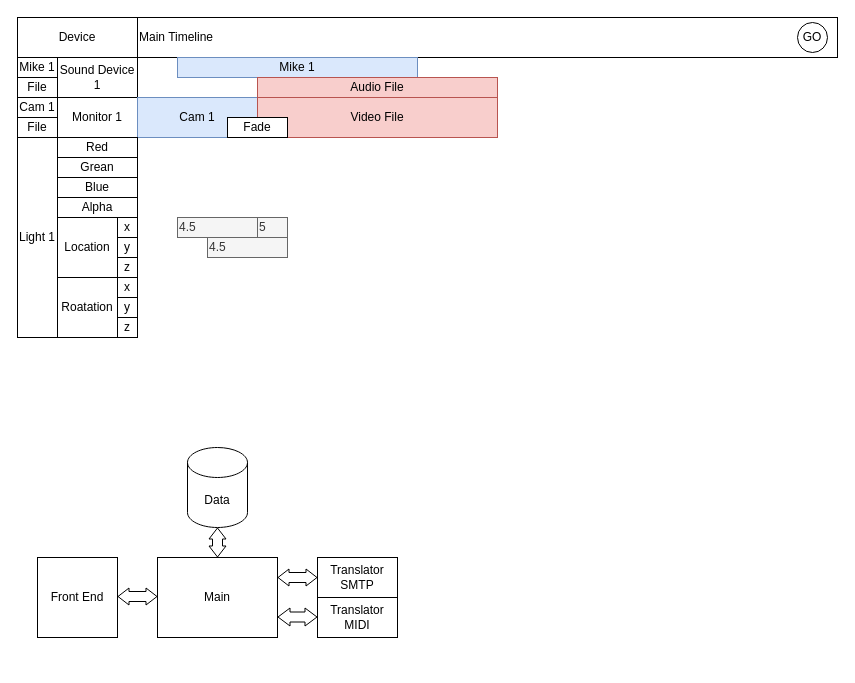
This is Mood Board.drawio from Firelight-Stage-Systems/Firelight-Stage-Systems, a draw.io file, before an edit. Source tidied: cells renumbered, new cells numbered last; positions are measured from the earlier drawing's top-left corner, leaving out a move shared by most shapes. Both pictures are drawn from the tidied source at 100%, with x=0, y=0 at pixel (17, 17).
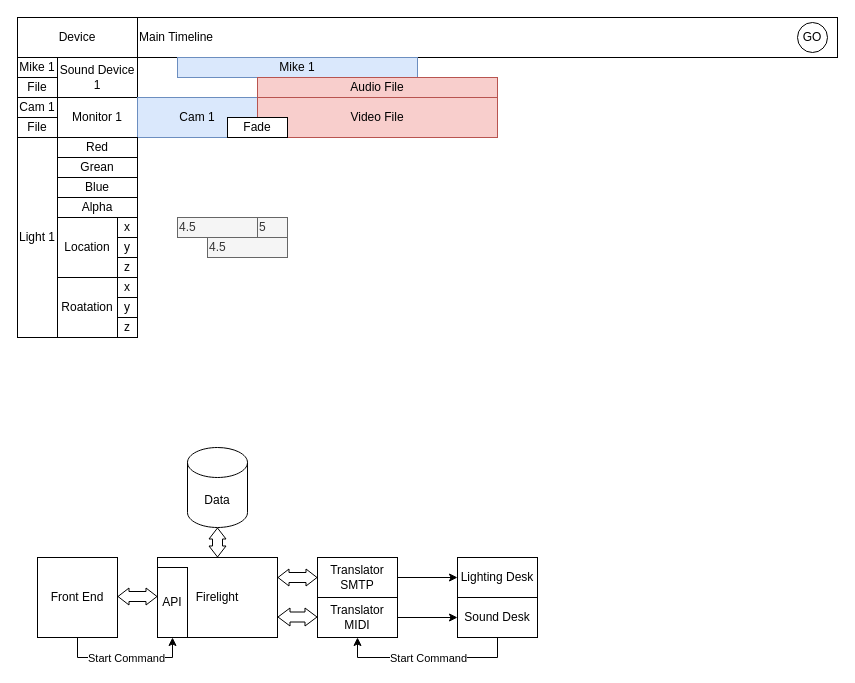
The same diagram, later.

The change refers to these unchanged cells:
```xml
<mxCell id="33" value="Front End" style="rounded=0;whiteSpace=wrap;html=1;" parent="1" vertex="1">
  <mxGeometry x="20" y="540" width="80" height="80" as="geometry" />
</mxCell>
<mxCell id="35" value="&lt;div&gt;Translator&lt;/div&gt;&lt;div&gt;SMTP&lt;br&gt;&lt;/div&gt;" style="rounded=0;whiteSpace=wrap;html=1;" parent="1" vertex="1">
  <mxGeometry x="300" y="540" width="80" height="40" as="geometry" />
</mxCell>
<mxCell id="36" value="&lt;div&gt;Translator&lt;/div&gt;&lt;div&gt;MIDI&lt;br&gt;&lt;/div&gt;" style="rounded=0;whiteSpace=wrap;html=1;" parent="1" vertex="1">
  <mxGeometry x="300" y="580" width="80" height="40" as="geometry" />
</mxCell>
```

Diff of the diagram source:
```diff
@@
-    <mxCell id="32" value="&lt;div&gt;Main&lt;/div&gt;" style="rounded=0;whiteSpace=wrap;html=1;" parent="1" vertex="1">
+    <mxCell id="32" value="Firelight" style="rounded=0;whiteSpace=wrap;html=1;" parent="1" vertex="1">
       <mxGeometry x="140" y="540" width="120" height="80" as="geometry" />
     </mxCell>
@@
+    <mxCell id="41" style="edgeStyle=orthogonalEdgeStyle;rounded=0;jettySize=auto;html=1;exitX=1;exitY=0.5;exitDx=0;exitDy=0;entryX=0;entryY=0.5;entryDx=0;entryDy=0;" parent="1" edge="1" source="35" target="43">
+      <mxGeometry relative="1" as="geometry" />
+    </mxCell>
@@
+    <mxCell id="42" style="edgeStyle=orthogonalEdgeStyle;rounded=0;jettySize=auto;html=1;exitX=1;exitY=0.5;exitDx=0;exitDy=0;entryX=0;entryY=0.5;entryDx=0;entryDy=0;" parent="1" edge="1" source="36" target="44">
+      <mxGeometry relative="1" as="geometry" />
+    </mxCell>
@@
+    <mxCell id="43" value="Lighting Desk" style="rounded=0;whiteSpace=wrap;html=1;" parent="1" vertex="1">
+      <mxGeometry x="440" y="540" width="80" height="40" as="geometry" />
+    </mxCell>
+    <mxCell id="44" value="Sound Desk" style="rounded=0;whiteSpace=wrap;html=1;" parent="1" vertex="1">
+      <mxGeometry x="440" y="580" width="80" height="40" as="geometry" />
+    </mxCell>
+    <mxCell id="45" style="edgeStyle=orthogonalEdgeStyle;rounded=0;jettySize=auto;html=1;exitX=0.5;exitY=1;exitDx=0;exitDy=0;entryX=0.5;entryY=1;entryDx=0;entryDy=0;" parent="1" edge="1" source="44" target="36">
+      <mxGeometry relative="1" as="geometry" />
+    </mxCell>
+    <mxCell id="46" value="Start Command" style="edgeLabel;html=1;align=center;verticalAlign=middle;" parent="45" vertex="1">
+      <mxGeometry x="-0.21" y="1" relative="1" as="geometry">
+        <mxPoint x="-19" y="-1" as="offset" />
+      </mxGeometry>
+    </mxCell>
+    <mxCell id="47" style="endArrow=classic;html=1;rounded=0;exitX=0.5;exitY=1;exitDx=0;exitDy=0;entryX=0.5;entryY=1;entryDx=0;entryDy=0;" parent="1" edge="1" source="33" target="49">
+      <mxGeometry relative="1" as="geometry">
+        <Array as="points">
+          <mxPoint x="60" y="640" />
+          <mxPoint x="155" y="640" />
+        </Array>
+      </mxGeometry>
+    </mxCell>
+    <mxCell id="48" value="Start Command" style="edgeLabel;html=1;align=center;verticalAlign=middle;" parent="47" vertex="1">
+      <mxGeometry relative="1" as="geometry" />
+    </mxCell>
+    <mxCell id="49" value="API" style="rounded=0;whiteSpace=wrap;html=1;" parent="1" vertex="1">
+      <mxGeometry x="140" y="550" width="30" height="70" as="geometry" />
+    </mxCell>
```
